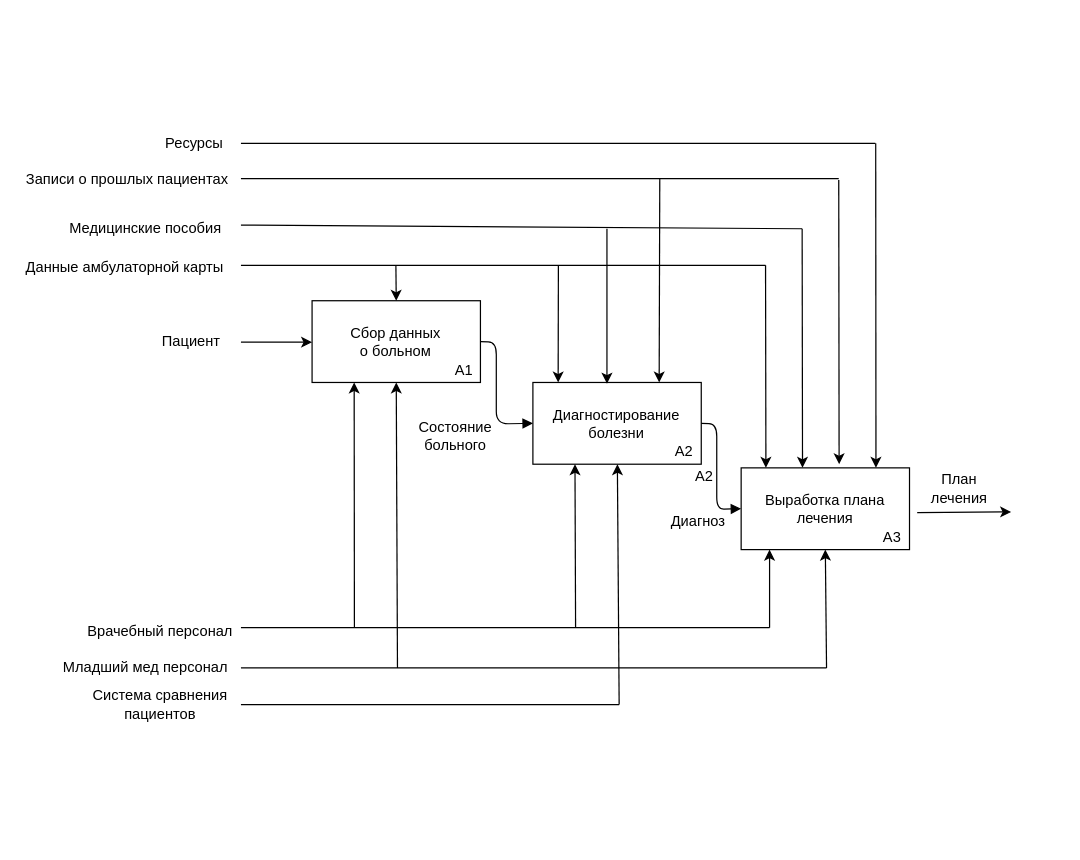
The draw.io diagram page "to-be A0" (5 of 10) of dz/IDEF0.drawio in FackOff25/monitorings, before the edit. Source tidied: cells renumbered, new cells numbered last; positions are measured from the earlier drawing's top-left corner, leaving out a move shared by most shapes. Both pictures are drawn from the tidied source at 122%, with x=0, y=0 at pixel (21, 131).
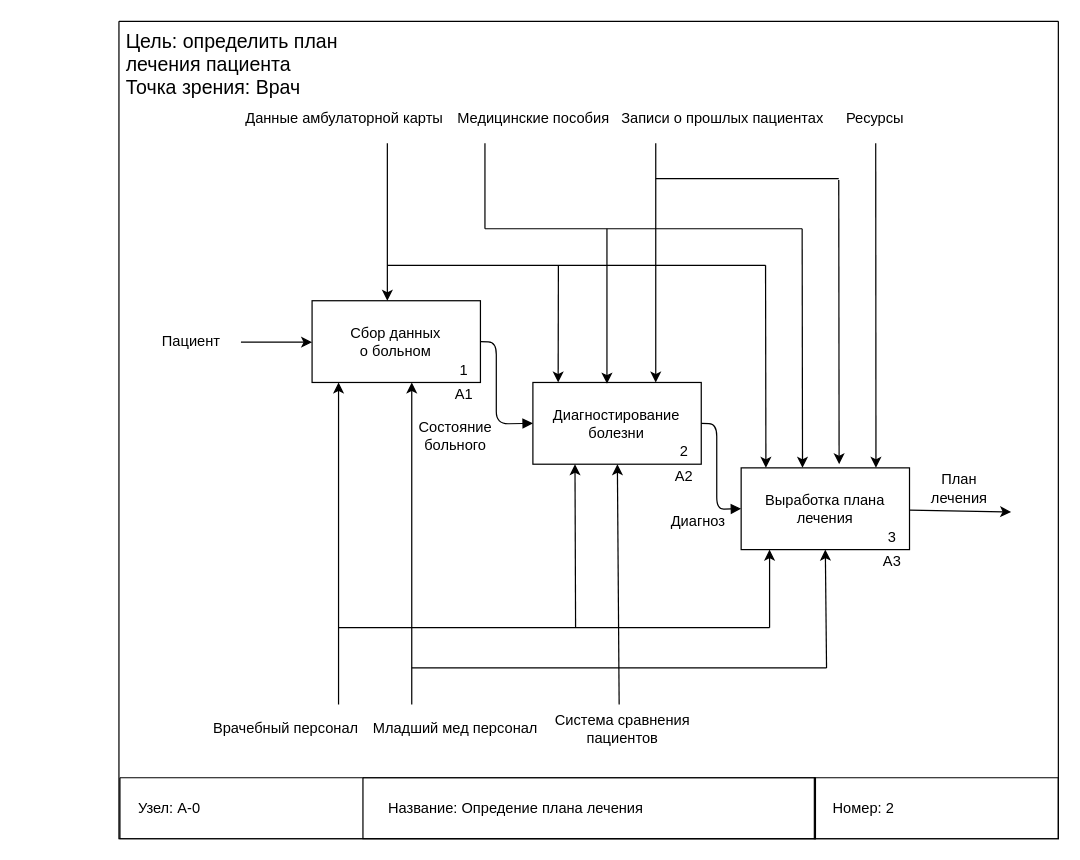
Above is the later version.

The change refers to these unchanged cells:
```xml
<mxCell id="2" value="&lt;div&gt;Сбор данных&lt;/div&gt;&lt;div&gt;о больном&lt;/div&gt;" style="rounded=0;whiteSpace=wrap;html=1;" parent="1" vertex="1">
  <mxGeometry x="238.3" y="139" width="138" height="67" as="geometry" />
</mxCell>
<mxCell id="3" value="Диагностирование болезни" style="rounded=0;whiteSpace=wrap;html=1;" parent="1" vertex="1">
  <mxGeometry x="419.3" y="206" width="138" height="67" as="geometry" />
</mxCell>
<mxCell id="4" value="Выработка плана лечения" style="rounded=0;whiteSpace=wrap;html=1;" parent="1" vertex="1">
  <mxGeometry x="590" y="276" width="138" height="67" as="geometry" />
</mxCell>
```

What changed in the source:
```diff
@@
     <mxCell id="5" style="endArrow=none;html=1;" parent="1" edge="1">
       <mxGeometry relative="1" as="geometry">
-        <mxPoint x="180" y="110" as="sourcePoint" />
+        <mxPoint x="300" y="110" as="sourcePoint" />
         <mxPoint x="610" y="110" as="targetPoint" />
       </mxGeometry>
     </mxCell>
     <mxCell id="6" style="endArrow=none;html=1;" parent="1" edge="1">
       <mxGeometry relative="1" as="geometry">
-        <mxPoint x="180" y="77" as="sourcePoint" />
+        <mxPoint x="380" y="80" as="sourcePoint" />
         <mxPoint x="640" y="80" as="targetPoint" />
       </mxGeometry>
     </mxCell>
     <mxCell id="7" style="endArrow=none;html=1;" parent="1" edge="1">
       <mxGeometry relative="1" as="geometry">
-        <mxPoint x="180" y="39" as="sourcePoint" />
+        <mxPoint x="520" y="39" as="sourcePoint" />
         <mxPoint x="670" y="39" as="targetPoint" />
       </mxGeometry>
     </mxCell>
-    <mxCell id="8" style="endArrow=classic;html=1;entryX=0.5;entryY=0;entryDx=0;entryDy=0;" parent="1" edge="1" target="2">
+    <mxCell id="8" style="endArrow=classic;html=1;edgeStyle=orthogonalEdgeStyle;rounded=0;curved=0;" parent="1" edge="1" target="2">
       <mxGeometry relative="1" as="geometry">
-        <mxPoint x="307" y="110" as="sourcePoint" />
+        <mxPoint x="300" y="10" as="sourcePoint" />
+        <Array as="points">
+          <mxPoint x="300" y="10" />
+        </Array>
       </mxGeometry>
     </mxCell>
@@
-    <mxCell id="10" style="endArrow=classic;html=1;entryX=0.75;entryY=0;entryDx=0;entryDy=0;" parent="1" edge="1" target="3">
+    <mxCell id="10" style="endArrow=classic;html=1;edgeStyle=orthogonalEdgeStyle;rounded=0;curved=0;" parent="1" edge="1" target="3">
       <mxGeometry relative="1" as="geometry">
-        <mxPoint x="523.3" y="39" as="sourcePoint" />
+        <mxPoint x="520" y="10" as="sourcePoint" />
+        <Array as="points">
+          <mxPoint x="520" y="120" />
+          <mxPoint x="520" y="120" />
+        </Array>
       </mxGeometry>
     </mxCell>
@@
-    <mxCell id="14" value="A1" style="text;html=1;strokeColor=none;fillColor=none;align=center;verticalAlign=middle;whiteSpace=wrap;rounded=0;" parent="1" vertex="1">
+    <mxCell id="14" value="1" style="text;html=1;strokeColor=none;fillColor=none;align=center;verticalAlign=middle;whiteSpace=wrap;rounded=0;" parent="1" vertex="1">
       <mxGeometry x="350" y="186" width="26.3" height="20" as="geometry" />
     </mxCell>
-    <mxCell id="15" value="A2" style="text;html=1;strokeColor=none;fillColor=none;align=center;verticalAlign=middle;whiteSpace=wrap;rounded=0;" parent="1" vertex="1">
+    <mxCell id="15" value="2" style="text;html=1;strokeColor=none;fillColor=none;align=center;verticalAlign=middle;whiteSpace=wrap;rounded=0;" parent="1" vertex="1">
       <mxGeometry x="530" y="253" width="27.3" height="20" as="geometry" />
     </mxCell>
-    <mxCell id="16" value="A3" style="text;html=1;strokeColor=none;fillColor=none;align=center;verticalAlign=middle;whiteSpace=wrap;rounded=0;" parent="1" vertex="1">
+    <mxCell id="16" value="3" style="text;html=1;strokeColor=none;fillColor=none;align=center;verticalAlign=middle;whiteSpace=wrap;rounded=0;" parent="1" vertex="1">
       <mxGeometry x="700" y="323" width="28" height="20" as="geometry" />
     </mxCell>
@@
-    <mxCell id="19" style="endArrow=classic;html=1;exitX=1;exitY=0.5;exitDx=0;exitDy=0;" parent="1" edge="1">
+    <mxCell id="19" style="endArrow=classic;html=1;" parent="1" edge="1" source="4">
       <mxGeometry relative="1" as="geometry">
-        <mxPoint x="734.3" y="312.6" as="sourcePoint" />
         <mxPoint x="811.3" y="312.1" as="targetPoint" />
       </mxGeometry>
     </mxCell>
     <mxCell id="20" value="Младший мед персонал" style="text;html=1;strokeColor=none;fillColor=none;align=center;verticalAlign=middle;whiteSpace=wrap;rounded=0;rotation=0;" parent="1" vertex="1">
-      <mxGeometry x="26.5" y="430" width="150.3" height="20" as="geometry" />
+      <mxGeometry x="280.9" y="480" width="150.3" height="20" as="geometry" />
     </mxCell>
     <mxCell id="21" value="Врачебный персонал" style="text;html=1;strokeColor=none;fillColor=none;align=center;verticalAlign=middle;whiteSpace=wrap;rounded=0;rotation=0;" parent="1" vertex="1">
-      <mxGeometry x="50" y="400" width="128" height="20" as="geometry" />
+      <mxGeometry x="152.9" y="480" width="128" height="20" as="geometry" />
     </mxCell>
     <mxCell id="22" style="endArrow=none;html=1;" parent="1" edge="1">
       <mxGeometry relative="1" as="geometry">
-        <mxPoint x="180" y="440" as="sourcePoint" />
+        <mxPoint x="320" y="440" as="sourcePoint" />
         <mxPoint x="660" y="440" as="targetPoint" />
       </mxGeometry>
     </mxCell>
@@
     <mxCell id="25" style="endArrow=none;html=1;" parent="1" edge="1">
       <mxGeometry relative="1" as="geometry">
-        <mxPoint x="180" y="407" as="sourcePoint" />
+        <mxPoint x="260" y="407" as="sourcePoint" />
         <mxPoint x="613.3" y="407" as="targetPoint" />
       </mxGeometry>
     </mxCell>
@@
-    <mxCell id="28" style="endArrow=classic;html=1;entryX=0.5;entryY=1;entryDx=0;entryDy=0;" parent="1" edge="1" target="2">
+    <mxCell id="28" style="endArrow=classic;html=1;" parent="1" edge="1">
       <mxGeometry relative="1" as="geometry">
-        <mxPoint x="308.3" y="440" as="sourcePoint" />
+        <mxPoint x="320" y="470" as="sourcePoint" />
+        <mxPoint x="320" y="206" as="targetPoint" />
       </mxGeometry>
     </mxCell>
@@
-    <mxCell id="31" style="endArrow=classic;html=1;entryX=0.25;entryY=1;entryDx=0;entryDy=0;" parent="1" edge="1" target="2">
+    <mxCell id="31" style="endArrow=classic;html=1;edgeStyle=orthogonalEdgeStyle;rounded=0;curved=0;" parent="1" edge="1" target="2">
       <mxGeometry relative="1" as="geometry">
-        <mxPoint x="273" y="407" as="sourcePoint" />
+        <mxPoint x="260" y="470" as="sourcePoint" />
+        <Array as="points">
+          <mxPoint x="260" y="310" />
+          <mxPoint x="260" y="310" />
+        </Array>
       </mxGeometry>
     </mxCell>
     <mxCell id="32" value="Медицинские пособия" style="text;html=1;strokeColor=none;fillColor=none;align=center;verticalAlign=middle;whiteSpace=wrap;rounded=0;rotation=0;" parent="1" vertex="1">
-      <mxGeometry x="31.6" y="70" width="140" height="20" as="geometry" />
+      <mxGeometry x="350" y="-20" width="140" height="20" as="geometry" />
     </mxCell>
     <mxCell id="33" value="Ресурсы" style="text;html=1;strokeColor=none;fillColor=none;align=center;verticalAlign=middle;whiteSpace=wrap;rounded=0;rotation=0;" parent="1" vertex="1">
-      <mxGeometry x="122.3" width="40" height="20" as="geometry" />
+      <mxGeometry x="680" y="-20" width="40" height="20" as="geometry" />
     </mxCell>
     <mxCell id="34" value="Записи о прошлых пациентах" style="text;html=1;strokeColor=none;fillColor=none;align=center;verticalAlign=middle;whiteSpace=wrap;rounded=0;rotation=0;" parent="1" vertex="1">
-      <mxGeometry x="1.6" y="30" width="170" height="20" as="geometry" />
+      <mxGeometry x="490" y="-20" width="170" height="20" as="geometry" />
     </mxCell>
     <mxCell id="35" value="Данные амбулаторной карты" style="text;html=1;strokeColor=none;fillColor=none;align=center;verticalAlign=middle;whiteSpace=wrap;rounded=0;rotation=0;" parent="1" vertex="1">
-      <mxGeometry y="101.6" width="170" height="20" as="geometry" />
+      <mxGeometry x="180" y="-20" width="170" height="20" as="geometry" />
     </mxCell>
-    <mxCell id="36" style="endArrow=none;html=1;" parent="1" edge="1">
-      <mxGeometry relative="1" as="geometry">
-        <mxPoint x="180" y="10" as="sourcePoint" />
-        <mxPoint x="700" y="10" as="targetPoint" />
-      </mxGeometry>
-    </mxCell>
@@
     <mxCell id="41" value="A2" style="text;html=1;strokeColor=none;fillColor=none;align=center;verticalAlign=middle;whiteSpace=wrap;rounded=0;" parent="1" vertex="1">
-      <mxGeometry x="540" y="273" width="40" height="20" as="geometry" />
+      <mxGeometry x="530" y="273" width="27.3" height="20" as="geometry" />
     </mxCell>
     <mxCell id="42" value="Система сравнения пациентов" style="text;html=1;strokeColor=none;fillColor=none;align=center;verticalAlign=middle;whiteSpace=wrap;rounded=0;rotation=0;" parent="1" vertex="1">
-      <mxGeometry x="50" y="460" width="128" height="20" as="geometry" />
+      <mxGeometry x="429.3" y="480" width="128" height="20" as="geometry" />
     </mxCell>
@@
-    <mxCell id="44" style="endArrow=none;html=1;" parent="1" edge="1">
-      <mxGeometry relative="1" as="geometry">
-        <mxPoint x="180" y="470" as="sourcePoint" />
-        <mxPoint x="490" y="470" as="targetPoint" />
-      </mxGeometry>
-    </mxCell>
+    <mxCell id="45" value="A1" style="text;html=1;strokeColor=none;fillColor=none;align=center;verticalAlign=middle;whiteSpace=wrap;rounded=0;" parent="1" vertex="1">
+      <mxGeometry x="350" y="206" width="26.3" height="20" as="geometry" />
+    </mxCell>
+    <mxCell id="46" value="A3" style="text;html=1;strokeColor=none;fillColor=none;align=center;verticalAlign=middle;whiteSpace=wrap;rounded=0;" parent="1" vertex="1">
+      <mxGeometry x="700" y="343" width="28" height="20" as="geometry" />
+    </mxCell>
+    <mxCell id="47" style="endArrow=none;html=1;edgeStyle=orthogonalEdgeStyle;rounded=0;curved=0;endFill=0;" parent="1" edge="1">
+      <mxGeometry relative="1" as="geometry">
+        <mxPoint x="380" y="10" as="sourcePoint" />
+        <mxPoint x="380" y="80" as="targetPoint" />
+        <Array as="points">
+          <mxPoint x="380" y="72" />
+          <mxPoint x="380" y="72" />
+        </Array>
+      </mxGeometry>
+    </mxCell>
+    <mxCell id="48" style="swimlane;startSize=0;" parent="1" vertex="1">
+      <mxGeometry x="80" y="-90" width="770" height="670" as="geometry" />
+    </mxCell>
+    <mxCell id="49" value="&lt;div&gt;&lt;font style=&quot;font-size: 16px;&quot;&gt;Цель: определить план лечения пациента&lt;/font&gt;&lt;/div&gt;&lt;div&gt;&lt;font style=&quot;font-size: 16px;&quot;&gt;Точка зрения: Врач&lt;font&gt;&lt;br&gt;&lt;/font&gt;&lt;/font&gt;&lt;/div&gt;" style="text;strokeColor=none;fillColor=none;align=left;verticalAlign=middle;spacingLeft=4;spacingRight=4;overflow=hidden;whiteSpace=wrap;html=1;" parent="48" vertex="1">
+      <mxGeometry width="220" height="70" as="geometry" />
+    </mxCell>
+    <mxCell id="50" style="swimlane;startSize=0;" parent="48" vertex="1">
+      <mxGeometry x="0.8" y="620" width="570" height="50" as="geometry" />
+    </mxCell>
+    <mxCell id="51" value="Узел: A-0" style="text;html=1;align=center;verticalAlign=middle;strokeColor=none;fillColor=none;" parent="50" vertex="1">
+      <mxGeometry y="10" width="80" height="30" as="geometry" />
+    </mxCell>
+    <mxCell id="52" style="swimlane;startSize=0;" parent="50" vertex="1">
+      <mxGeometry x="199.2" width="370.9" height="50" as="geometry" />
+    </mxCell>
+    <mxCell id="53" value="&lt;div&gt;Название: Опредение плана лечения&lt;/div&gt;" style="text;html=1;align=center;verticalAlign=middle;strokeColor=none;fillColor=none;" parent="52" vertex="1">
+      <mxGeometry x="10" y="10" width="230" height="30" as="geometry" />
+    </mxCell>
+    <mxCell id="54" style="swimlane;startSize=0;" parent="48" vertex="1">
+      <mxGeometry x="570" y="620" width="200" height="50" as="geometry" />
+    </mxCell>
+    <mxCell id="55" value="Номер: 2" style="text;html=1;align=center;verticalAlign=middle;strokeColor=none;fillColor=none;" parent="54" vertex="1">
+      <mxGeometry x="5" y="10" width="70" height="30" as="geometry" />
+    </mxCell>
```
